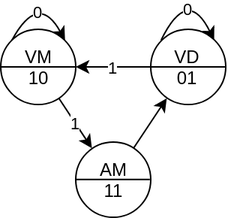
Earlier version of the draw.io export content/images/sd/semaforo.png (balbertini/balbertini.github.io). Source tidied: cells renumbered, new cells last; positions are measured from the earlier drawing's top-left corner, leaving out a move shared by most shapes.
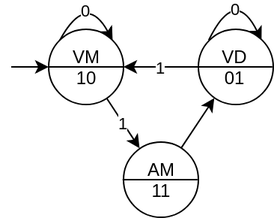
Above is the later version.

Diff of the diagram source:
```diff
@@ -49,5 +49,10 @@
     <mxCell id="14" value="1" style="endArrow=classic;html=1;" parent="1" edge="1" source="8" target="12">
       <mxGeometry relative="1" as="geometry" />
     </mxCell>
+    <mxCell id="15" style="endArrow=classic;html=1;entryX=0;entryY=0.5;entryDx=0;entryDy=0;" parent="1" edge="1" target="8">
+      <mxGeometry relative="1" as="geometry">
+        <mxPoint x="-25" y="54" as="sourcePoint" />
+      </mxGeometry>
+    </mxCell>
   </root>
 </mxGraphModel>
```
